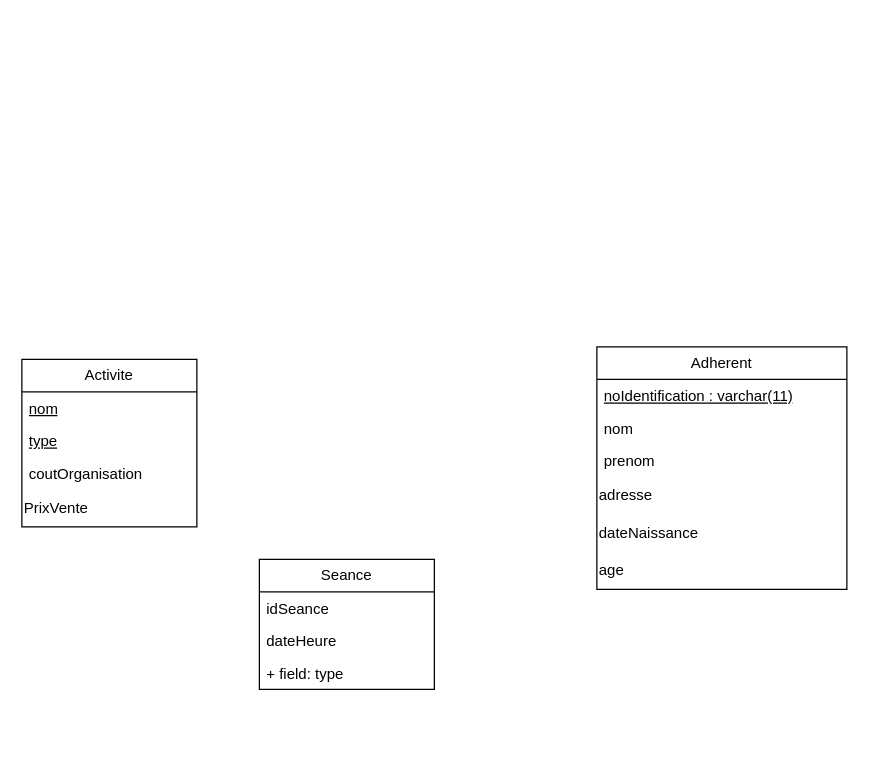
FloFlo410/Prog-Graphique-Projet-Final keeps this draw.io diagram as ProjetFinalBDProg.drawio. Above is the earlier version. Source tidied: cells renumbered, new cells numbered last; positions are measured from the earlier drawing's top-left corner, leaving out a move shared by most shapes. Both pictures are drawn from the tidied source at 125%, with x=0, y=0 at pixel (21, 346).
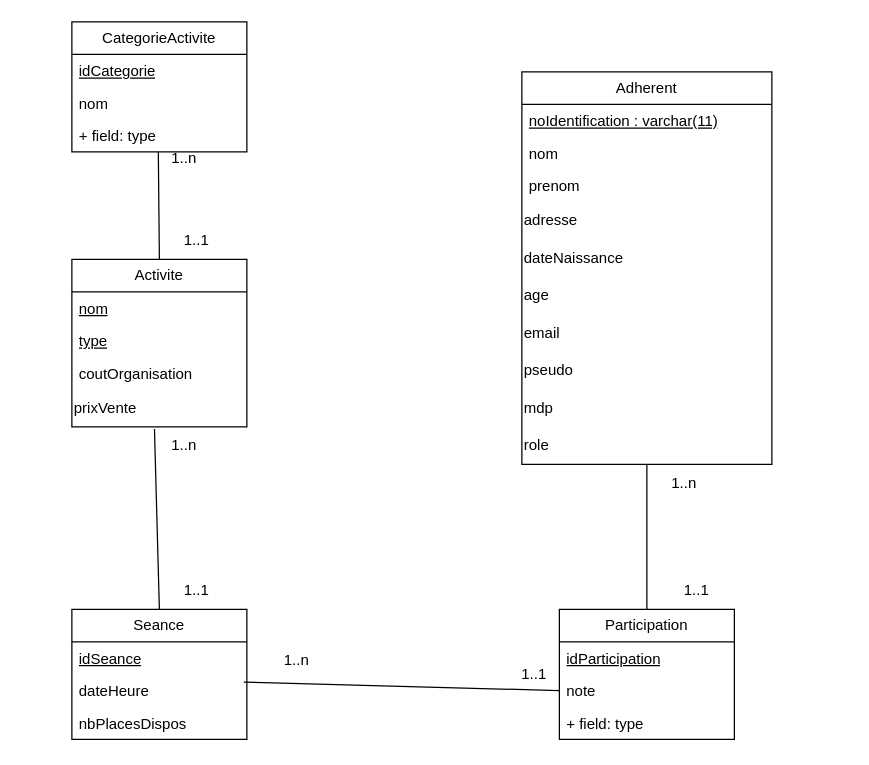
After the change.

Commit message:
Mettre à jour ProjetFinalBDProg.drawio

The change refers to these unchanged cells:
```xml
<mxCell id="9" value="dateHeure" style="text;strokeColor=none;fillColor=none;align=left;verticalAlign=top;spacingLeft=4;spacingRight=4;overflow=hidden;points=[[0,0.5],[1,0.5]];portConstraint=eastwest;whiteSpace=wrap;html=1;" parent="7" vertex="1">
  <mxGeometry y="52" width="140" height="26" as="geometry" />
</mxCell>
```

The edit, as a diff of the source:
```diff
@@
     <mxCell id="2" value="Activite" style="swimlane;fontStyle=0;horizontal=1;startSize=26;fillColor=none;whiteSpace=wrap;html=1;" parent="1" vertex="1">
-      <mxGeometry y="10" width="140" height="134" as="geometry" />
+      <mxGeometry x="40" y="-70" width="140" height="134" as="geometry" />
     </mxCell>
@@
-    <mxCell id="6" value="PrixVente" style="text;html=1;align=left;verticalAlign=middle;whiteSpace=wrap;rounded=0;" parent="2" vertex="1">
+    <mxCell id="6" value="&lt;div&gt;prixVente&lt;/div&gt;" style="text;html=1;align=left;verticalAlign=middle;whiteSpace=wrap;rounded=0;" parent="2" vertex="1">
       <mxGeometry y="104" width="140" height="30" as="geometry" />
     </mxCell>
     <mxCell id="7" value="Seance" style="swimlane;fontStyle=0;horizontal=1;startSize=26;fillColor=none;whiteSpace=wrap;html=1;" parent="1" vertex="1">
-      <mxGeometry x="190" y="170" width="140" height="104" as="geometry" />
+      <mxGeometry x="40" y="210" width="140" height="104" as="geometry" />
     </mxCell>
-    <mxCell id="8" value="idSeance" style="text;strokeColor=none;fillColor=none;align=left;verticalAlign=top;spacingLeft=4;spacingRight=4;overflow=hidden;whiteSpace=wrap;html=1;" parent="7" vertex="1">
+    <mxCell id="8" value="idSeance" style="text;strokeColor=none;fillColor=none;align=left;verticalAlign=top;spacingLeft=4;spacingRight=4;overflow=hidden;whiteSpace=wrap;html=1;fontStyle=4;" parent="7" vertex="1">
       <mxGeometry y="26" width="140" height="26" as="geometry" />
     </mxCell>
@@
-    <mxCell id="10" value="+ field: type" style="text;strokeColor=none;fillColor=none;align=left;verticalAlign=top;spacingLeft=4;spacingRight=4;overflow=hidden;whiteSpace=wrap;html=1;" parent="7" vertex="1">
+    <mxCell id="10" value="nbPlacesDispos" style="text;strokeColor=none;fillColor=none;align=left;verticalAlign=top;spacingLeft=4;spacingRight=4;overflow=hidden;whiteSpace=wrap;html=1;" parent="7" vertex="1">
       <mxGeometry y="78" width="140" height="26" as="geometry" />
     </mxCell>
     <mxCell id="11" value="Adherent" style="swimlane;fontStyle=0;horizontal=1;startSize=26;fillColor=none;whiteSpace=wrap;html=1;" parent="1" vertex="1">
-      <mxGeometry x="460" width="200" height="194" as="geometry" />
+      <mxGeometry x="400" y="-220" width="200" height="314" as="geometry" />
     </mxCell>
@@
+    <mxCell id="18" value="&lt;div align=&quot;left&quot;&gt;email&lt;/div&gt;" style="text;html=1;align=left;verticalAlign=middle;whiteSpace=wrap;rounded=0;" parent="11" vertex="1">
+      <mxGeometry y="194" width="200" height="30" as="geometry" />
+    </mxCell>
+    <mxCell id="19" value="&lt;div align=&quot;left&quot;&gt;pseudo&lt;/div&gt;" style="text;html=1;align=left;verticalAlign=middle;whiteSpace=wrap;rounded=0;" parent="11" vertex="1">
+      <mxGeometry y="224" width="200" height="30" as="geometry" />
+    </mxCell>
+    <mxCell id="20" value="&lt;div align=&quot;left&quot;&gt;mdp&lt;/div&gt;" style="text;html=1;align=left;verticalAlign=middle;whiteSpace=wrap;rounded=0;" parent="11" vertex="1">
+      <mxGeometry y="254" width="200" height="30" as="geometry" />
+    </mxCell>
+    <mxCell id="21" value="&lt;div align=&quot;left&quot;&gt;role&lt;/div&gt;" style="text;html=1;align=left;verticalAlign=middle;whiteSpace=wrap;rounded=0;" parent="11" vertex="1">
+      <mxGeometry y="284" width="200" height="30" as="geometry" />
+    </mxCell>
+    <mxCell id="22" style="endArrow=none;html=1;rounded=0;entryX=0.472;entryY=1.059;entryDx=0;entryDy=0;entryPerimeter=0;exitX=0.5;exitY=0;exitDx=0;exitDy=0;" parent="1" edge="1" source="7" target="6">
+      <mxGeometry relative="1" as="geometry" />
+    </mxCell>
+    <mxCell id="23" value="1..n" style="text;html=1;align=center;verticalAlign=middle;whiteSpace=wrap;rounded=0;" parent="1" vertex="1">
+      <mxGeometry x="100" y="64" width="60" height="30" as="geometry" />
+    </mxCell>
+    <mxCell id="24" value="1..1" style="text;html=1;align=center;verticalAlign=middle;whiteSpace=wrap;rounded=0;" parent="1" vertex="1">
+      <mxGeometry x="110" y="180" width="60" height="30" as="geometry" />
+    </mxCell>
+    <mxCell id="25" value="Participation" style="swimlane;fontStyle=0;horizontal=1;startSize=26;fillColor=none;whiteSpace=wrap;html=1;" parent="1" vertex="1">
+      <mxGeometry x="430" y="210" width="140" height="104" as="geometry" />
+    </mxCell>
+    <mxCell id="26" value="idParticipation" style="text;strokeColor=none;fillColor=none;align=left;verticalAlign=top;spacingLeft=4;spacingRight=4;overflow=hidden;whiteSpace=wrap;html=1;fontStyle=4;" parent="25" vertex="1">
+      <mxGeometry y="26" width="140" height="26" as="geometry" />
+    </mxCell>
+    <mxCell id="27" value="note" style="text;strokeColor=none;fillColor=none;align=left;verticalAlign=top;spacingLeft=4;spacingRight=4;overflow=hidden;points=[[0,0.5],[1,0.5]];portConstraint=eastwest;whiteSpace=wrap;html=1;" parent="25" vertex="1">
+      <mxGeometry y="52" width="140" height="26" as="geometry" />
+    </mxCell>
+    <mxCell id="28" value="+ field: type" style="text;strokeColor=none;fillColor=none;align=left;verticalAlign=top;spacingLeft=4;spacingRight=4;overflow=hidden;whiteSpace=wrap;html=1;" parent="25" vertex="1">
+      <mxGeometry y="78" width="140" height="26" as="geometry" />
+    </mxCell>
+    <mxCell id="29" style="endArrow=none;html=1;rounded=0;exitX=0.982;exitY=0.236;exitDx=0;exitDy=0;exitPerimeter=0;entryX=0;entryY=0.5;entryDx=0;entryDy=0;" parent="1" edge="1" source="9" target="27">
+      <mxGeometry relative="1" as="geometry" />
+    </mxCell>
+    <mxCell id="30" style="endArrow=none;html=1;rounded=0;entryX=0.5;entryY=1;entryDx=0;entryDy=0;exitX=0.5;exitY=0;exitDx=0;exitDy=0;" parent="1" edge="1" source="25" target="21">
+      <mxGeometry relative="1" as="geometry" />
+    </mxCell>
+    <mxCell id="31" value="1..n" style="text;html=1;align=center;verticalAlign=middle;whiteSpace=wrap;rounded=0;" parent="1" vertex="1">
+      <mxGeometry x="190" y="236" width="60" height="30" as="geometry" />
+    </mxCell>
+    <mxCell id="32" value="CategorieActivite" style="swimlane;fontStyle=0;horizontal=1;startSize=26;fillColor=none;whiteSpace=wrap;html=1;" parent="1" vertex="1">
+      <mxGeometry x="40" y="-260" width="140" height="104" as="geometry" />
+    </mxCell>
+    <mxCell id="33" value="&lt;u&gt;idCategorie&lt;/u&gt;" style="text;strokeColor=none;fillColor=none;align=left;verticalAlign=top;spacingLeft=4;spacingRight=4;overflow=hidden;whiteSpace=wrap;html=1;" parent="32" vertex="1">
+      <mxGeometry y="26" width="140" height="26" as="geometry" />
+    </mxCell>
+    <mxCell id="34" value="nom" style="text;strokeColor=none;fillColor=none;align=left;verticalAlign=top;spacingLeft=4;spacingRight=4;overflow=hidden;whiteSpace=wrap;html=1;" parent="32" vertex="1">
+      <mxGeometry y="52" width="140" height="26" as="geometry" />
+    </mxCell>
+    <mxCell id="35" value="+ field: type" style="text;strokeColor=none;fillColor=none;align=left;verticalAlign=top;spacingLeft=4;spacingRight=4;overflow=hidden;points=[[0,0.5],[1,0.5]];portConstraint=eastwest;whiteSpace=wrap;html=1;" parent="32" vertex="1">
+      <mxGeometry y="78" width="140" height="26" as="geometry" />
+    </mxCell>
+    <mxCell id="36" value="&lt;div&gt;1..1&lt;/div&gt;" style="text;html=1;align=center;verticalAlign=middle;whiteSpace=wrap;rounded=0;" parent="1" vertex="1">
+      <mxGeometry x="380" y="247" width="60" height="30" as="geometry" />
+    </mxCell>
+    <mxCell id="37" value="&lt;div&gt;1..1&lt;/div&gt;" style="text;html=1;align=center;verticalAlign=middle;whiteSpace=wrap;rounded=0;" parent="1" vertex="1">
+      <mxGeometry x="510" y="180" width="60" height="30" as="geometry" />
+    </mxCell>
+    <mxCell id="38" value="&lt;div&gt;1..n&lt;/div&gt;" style="text;html=1;align=center;verticalAlign=middle;whiteSpace=wrap;rounded=0;" parent="1" vertex="1">
+      <mxGeometry x="500" y="94" width="60" height="30" as="geometry" />
+    </mxCell>
+    <mxCell id="39" style="endArrow=none;html=1;rounded=0;entryX=0.494;entryY=1.006;entryDx=0;entryDy=0;entryPerimeter=0;exitX=0.5;exitY=0;exitDx=0;exitDy=0;" parent="1" edge="1" source="2" target="35">
+      <mxGeometry relative="1" as="geometry" />
+    </mxCell>
+    <mxCell id="40" value="1..n" style="text;html=1;align=center;verticalAlign=middle;whiteSpace=wrap;rounded=0;" parent="1" vertex="1">
+      <mxGeometry x="100" y="-166" width="60" height="30" as="geometry" />
+    </mxCell>
+    <mxCell id="41" value="1..1" style="text;html=1;align=center;verticalAlign=middle;whiteSpace=wrap;rounded=0;" parent="1" vertex="1">
+      <mxGeometry x="110" y="-100" width="60" height="30" as="geometry" />
+    </mxCell>
```
